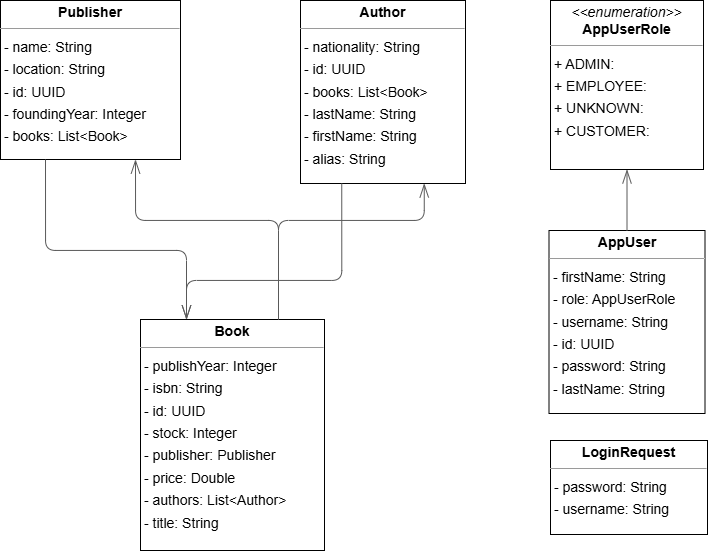
This is pics/model_classes.drawio.png from l7aur/Library-Management-System, a draw.io export, as it was before one commit. Source tidied: cells renumbered, new cells last; positions are measured from the earlier drawing's top-left corner, leaving out a move shared by most shapes.
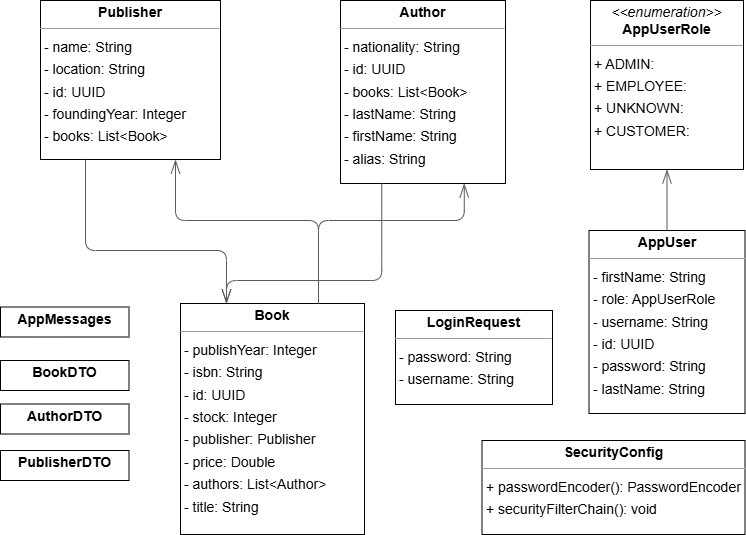
The same file after the commit.

What changed in the source:
```diff
@@ -12,10 +12,10 @@
       <mxGeometry x="300" width="165" height="183" as="geometry" />
     </mxCell>
     <mxCell id="5" value="&lt;p style=&quot;margin:0px;margin-top:4px;text-align:center;&quot;&gt;&lt;b&gt;Book&lt;/b&gt;&lt;/p&gt;&lt;hr size=&quot;1&quot;/&gt;&lt;p style=&quot;margin:0 0 0 4px;line-height:1.6;&quot;&gt;- publishYear: Integer&lt;br/&gt;- isbn: String&lt;br/&gt;- id: UUID&lt;br/&gt;- stock: Integer&lt;br/&gt;- publisher: Publisher&lt;br/&gt;- price: Double&lt;br/&gt;- authors: List&amp;lt;Author&amp;gt;&lt;br/&gt;- title: String&lt;/p&gt;" style="verticalAlign=top;align=left;overflow=fill;fontSize=14;fontFamily=Helvetica;html=1;rounded=0;shadow=0;comic=0;labelBackgroundColor=none;strokeWidth=1;" parent="1" vertex="1">
-      <mxGeometry x="140" y="319" width="184" height="231" as="geometry" />
+      <mxGeometry x="140" y="303" width="184" height="231" as="geometry" />
     </mxCell>
     <mxCell id="6" value="&lt;p style=&quot;margin:0px;margin-top:4px;text-align:center;&quot;&gt;&lt;b&gt;LoginRequest&lt;/b&gt;&lt;/p&gt;&lt;hr size=&quot;1&quot;/&gt;&lt;p style=&quot;margin:0 0 0 4px;line-height:1.6;&quot;&gt;- password: String&lt;br/&gt;- username: String&lt;/p&gt;" style="verticalAlign=top;align=left;overflow=fill;fontSize=14;fontFamily=Helvetica;html=1;rounded=0;shadow=0;comic=0;labelBackgroundColor=none;strokeWidth=1;" parent="1" vertex="1">
-      <mxGeometry x="550" y="440" width="157" height="94" as="geometry" />
+      <mxGeometry x="355" y="310" width="157" height="94" as="geometry" />
     </mxCell>
     <mxCell id="7" value="&lt;p style=&quot;margin:0px;margin-top:4px;text-align:center;&quot;&gt;&lt;b&gt;Publisher&lt;/b&gt;&lt;/p&gt;&lt;hr size=&quot;1&quot;/&gt;&lt;p style=&quot;margin:0 0 0 4px;line-height:1.6;&quot;&gt;- name: String&lt;br/&gt;- location: String&lt;br/&gt;- id: UUID&lt;br/&gt;- foundingYear: Integer&lt;br/&gt;- books: List&amp;lt;Book&amp;gt;&lt;/p&gt;" style="verticalAlign=top;align=left;overflow=fill;fontSize=14;fontFamily=Helvetica;html=1;rounded=0;shadow=0;comic=0;labelBackgroundColor=none;strokeWidth=1;" parent="1" vertex="1">
       <mxGeometry width="180" height="159" as="geometry" />
@@ -55,5 +55,20 @@
         </Array>
       </mxGeometry>
     </mxCell>
+    <mxCell id="13" value="&lt;p style=&quot;margin:0px;margin-top:4px;text-align:center;&quot;&gt;&lt;b&gt;SecurityConfig&lt;/b&gt;&lt;/p&gt;&lt;hr size=&quot;1&quot;&gt;&lt;p style=&quot;margin:0 0 0 4px;line-height:1.6;&quot;&gt;+ passwordEncoder(): PasswordEncoder&lt;br&gt;+ securityFilterChain(): void&lt;/p&gt;" style="verticalAlign=top;align=left;overflow=fill;fontSize=14;fontFamily=Helvetica;html=1;rounded=0;shadow=0;comic=0;labelBackgroundColor=none;strokeWidth=1;" parent="1" vertex="1">
+      <mxGeometry x="441.5" y="440" width="263" height="94" as="geometry" />
+    </mxCell>
+    <mxCell id="14" value="&lt;p style=&quot;margin:0px;margin-top:4px;text-align:center;&quot;&gt;&lt;b&gt;AppMessages&lt;/b&gt;&lt;/p&gt;&lt;p style=&quot;margin:0 0 0 4px;line-height:1.6;&quot;&gt;&lt;br&gt;&lt;/p&gt;" style="verticalAlign=top;align=left;overflow=fill;fontSize=14;fontFamily=Helvetica;html=1;rounded=0;shadow=0;comic=0;labelBackgroundColor=none;strokeWidth=1;" parent="1" vertex="1">
+      <mxGeometry x="-40" y="306.5" width="128.5" height="30" as="geometry" />
+    </mxCell>
+    <mxCell id="15" value="&lt;p style=&quot;margin:0px;margin-top:4px;text-align:center;&quot;&gt;&lt;b&gt;BookDTO&lt;/b&gt;&lt;/p&gt;" style="verticalAlign=top;align=left;overflow=fill;fontSize=14;fontFamily=Helvetica;html=1;rounded=0;shadow=0;comic=0;labelBackgroundColor=none;strokeWidth=1;" parent="1" vertex="1">
+      <mxGeometry x="-40" y="360" width="128.5" height="30" as="geometry" />
+    </mxCell>
+    <mxCell id="16" value="&lt;p style=&quot;margin:0px;margin-top:4px;text-align:center;&quot;&gt;&lt;b&gt;AuthorDTO&lt;/b&gt;&lt;/p&gt;" style="verticalAlign=top;align=left;overflow=fill;fontSize=14;fontFamily=Helvetica;html=1;rounded=0;shadow=0;comic=0;labelBackgroundColor=none;strokeWidth=1;" parent="1" vertex="1">
+      <mxGeometry x="-40" y="403.5" width="128.5" height="30" as="geometry" />
+    </mxCell>
+    <mxCell id="17" value="&lt;p style=&quot;margin:0px;margin-top:4px;text-align:center;&quot;&gt;&lt;b&gt;PublisherDTO&lt;/b&gt;&lt;/p&gt;" style="verticalAlign=top;align=left;overflow=fill;fontSize=14;fontFamily=Helvetica;html=1;rounded=0;shadow=0;comic=0;labelBackgroundColor=none;strokeWidth=1;" parent="1" vertex="1">
+      <mxGeometry x="-40" y="450" width="128.5" height="30" as="geometry" />
+    </mxCell>
   </root>
 </mxGraphModel>
```
